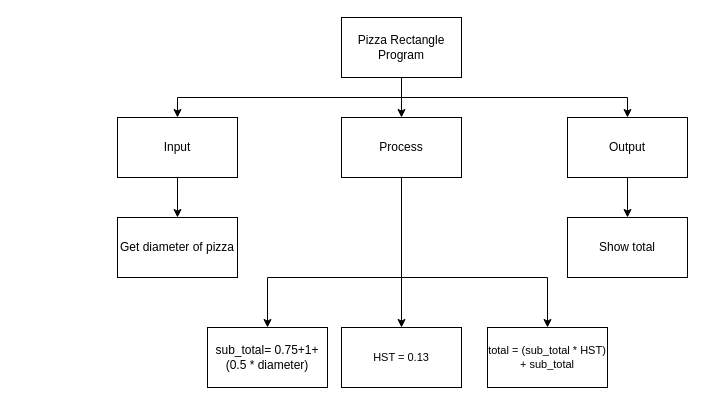
Earlier version of the draw.io diagram design.drawio (michael-clermont1/ICS3U-Assignment-2-Python). Source tidied: cells renumbered, new cells numbered last; positions are measured from the earlier drawing's top-left corner, leaving out a move shared by most shapes. Both pictures are drawn from the tidied source at 100%, with x=0, y=0 at pixel (117, 17).
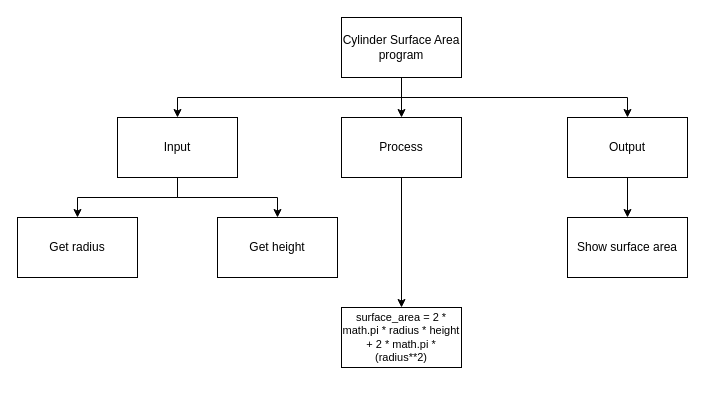
After the change.

The change refers to these unchanged cells:
```xml
<mxCell id="7" value="Input" style="rounded=0;whiteSpace=wrap;html=1;" parent="1" vertex="1">
  <mxGeometry y="100" width="120" height="60" as="geometry" />
</mxCell>
<mxCell id="11" value="Process" style="rounded=0;whiteSpace=wrap;html=1;" parent="1" vertex="1">
  <mxGeometry x="224" y="100" width="120" height="60" as="geometry" />
</mxCell>
```

Change to the diagram source:
```diff
@@
-    <mxCell id="5" value="Pizza Rectangle Program" style="rounded=0;whiteSpace=wrap;html=1;" parent="1" vertex="1">
+    <mxCell id="5" value="Cylinder Surface Area program" style="rounded=0;whiteSpace=wrap;html=1;" parent="1" vertex="1">
       <mxGeometry x="224" width="120" height="60" as="geometry" />
     </mxCell>
@@
+    <mxCell id="19" style="edgeStyle=orthogonalEdgeStyle;html=1;entryX=0.5;entryY=0;entryDx=0;entryDy=0;rounded=0;" parent="1" edge="1" source="7" target="20">
+      <mxGeometry relative="1" as="geometry" />
+    </mxCell>
@@
-    <mxCell id="8" style="edgeStyle=orthogonalEdgeStyle;shape=connector;rounded=0;html=1;entryX=0.5;entryY=0;entryDx=0;entryDy=0;labelBackgroundColor=default;fontFamily=Helvetica;fontSize=11;fontColor=default;endArrow=classic;strokeColor=default;" parent="1" edge="1" source="11" target="15">
-      <mxGeometry relative="1" as="geometry">
-        <Array as="points">
-          <mxPoint x="284" y="260" />
-          <mxPoint x="150" y="260" />
-        </Array>
-      </mxGeometry>
-    </mxCell>
@@
-    <mxCell id="10" style="edgeStyle=orthogonalEdgeStyle;shape=connector;rounded=0;html=1;entryX=0.5;entryY=0;entryDx=0;entryDy=0;labelBackgroundColor=default;fontFamily=Helvetica;fontSize=11;fontColor=default;endArrow=classic;strokeColor=default;" parent="1" edge="1" source="11" target="18">
-      <mxGeometry relative="1" as="geometry">
-        <Array as="points">
-          <mxPoint x="284" y="260" />
-          <mxPoint x="430" y="260" />
-        </Array>
-      </mxGeometry>
-    </mxCell>
@@
-    <mxCell id="14" value="Get diameter of pizza" style="rounded=0;whiteSpace=wrap;html=1;" parent="1" vertex="1">
-      <mxGeometry y="200" width="120" height="60" as="geometry" />
+    <mxCell id="14" value="Get radius" style="rounded=0;whiteSpace=wrap;html=1;" parent="1" vertex="1">
+      <mxGeometry x="-100" y="200" width="120" height="60" as="geometry" />
     </mxCell>
-    <mxCell id="15" value="sub_total= 0.75+1+ (0.5 * diameter)" style="rounded=0;whiteSpace=wrap;html=1;" parent="1" vertex="1">
-      <mxGeometry x="90" y="310" width="120" height="60" as="geometry" />
-    </mxCell>
-    <mxCell id="16" value="Show total" style="rounded=0;whiteSpace=wrap;html=1;" parent="1" vertex="1">
+    <mxCell id="16" value="Show surface area" style="rounded=0;whiteSpace=wrap;html=1;" parent="1" vertex="1">
       <mxGeometry x="450" y="200" width="120" height="60" as="geometry" />
     </mxCell>
-    <mxCell id="17" value="HST = 0.13" style="rounded=0;whiteSpace=wrap;html=1;fontFamily=Helvetica;fontSize=11;fontColor=default;" parent="1" vertex="1">
-      <mxGeometry x="224" y="310" width="120" height="60" as="geometry" />
+    <mxCell id="17" value="surface_area = 2 * math.pi * radius * height + 2 * math.pi * (radius**2)" style="rounded=0;whiteSpace=wrap;html=1;fontFamily=Helvetica;fontSize=11;fontColor=default;" parent="1" vertex="1">
+      <mxGeometry x="224" y="290" width="120" height="60" as="geometry" />
     </mxCell>
-    <mxCell id="18" value="total = (sub_total * HST) + sub_total" style="rounded=0;whiteSpace=wrap;html=1;fontFamily=Helvetica;fontSize=11;fontColor=default;" parent="1" vertex="1">
-      <mxGeometry x="370" y="310" width="120" height="60" as="geometry" />
-    </mxCell>
+    <mxCell id="20" value="Get height" style="rounded=0;whiteSpace=wrap;html=1;" parent="1" vertex="1">
+      <mxGeometry x="100" y="200" width="120" height="60" as="geometry" />
+    </mxCell>
```
